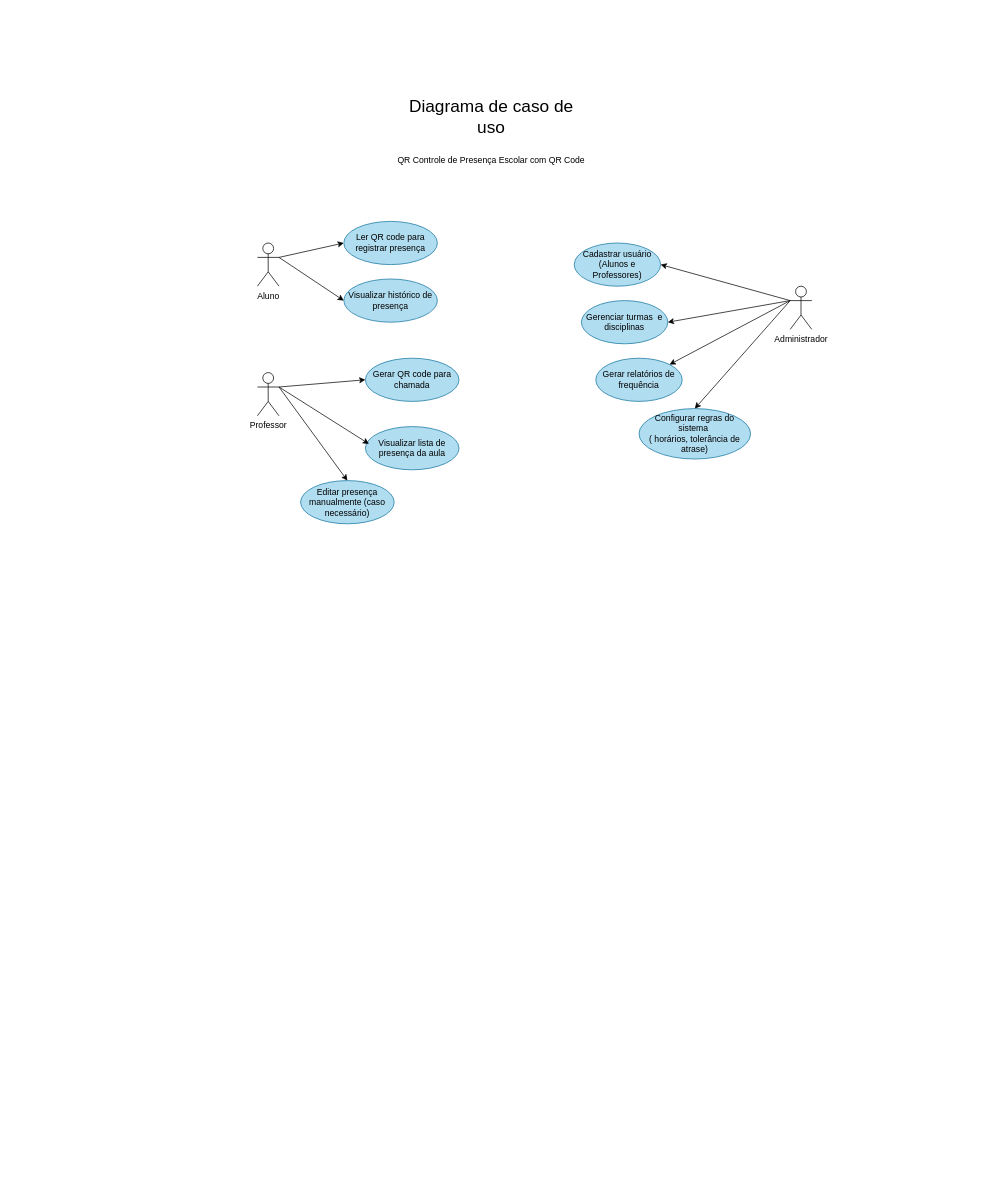
Earlier version of the draw.io diagram page "Página-19" (19 of 19) of Diagrama sem nome.drawio (jkkauany/diagramaderequisitos). Source tidied: cells renumbered, new cells numbered last; positions are measured from the earlier drawing's top-left corner, leaving out a move shared by most shapes. Both pictures are drawn from the tidied source at 72%, with x=0, y=0 at pixel (257, 106).
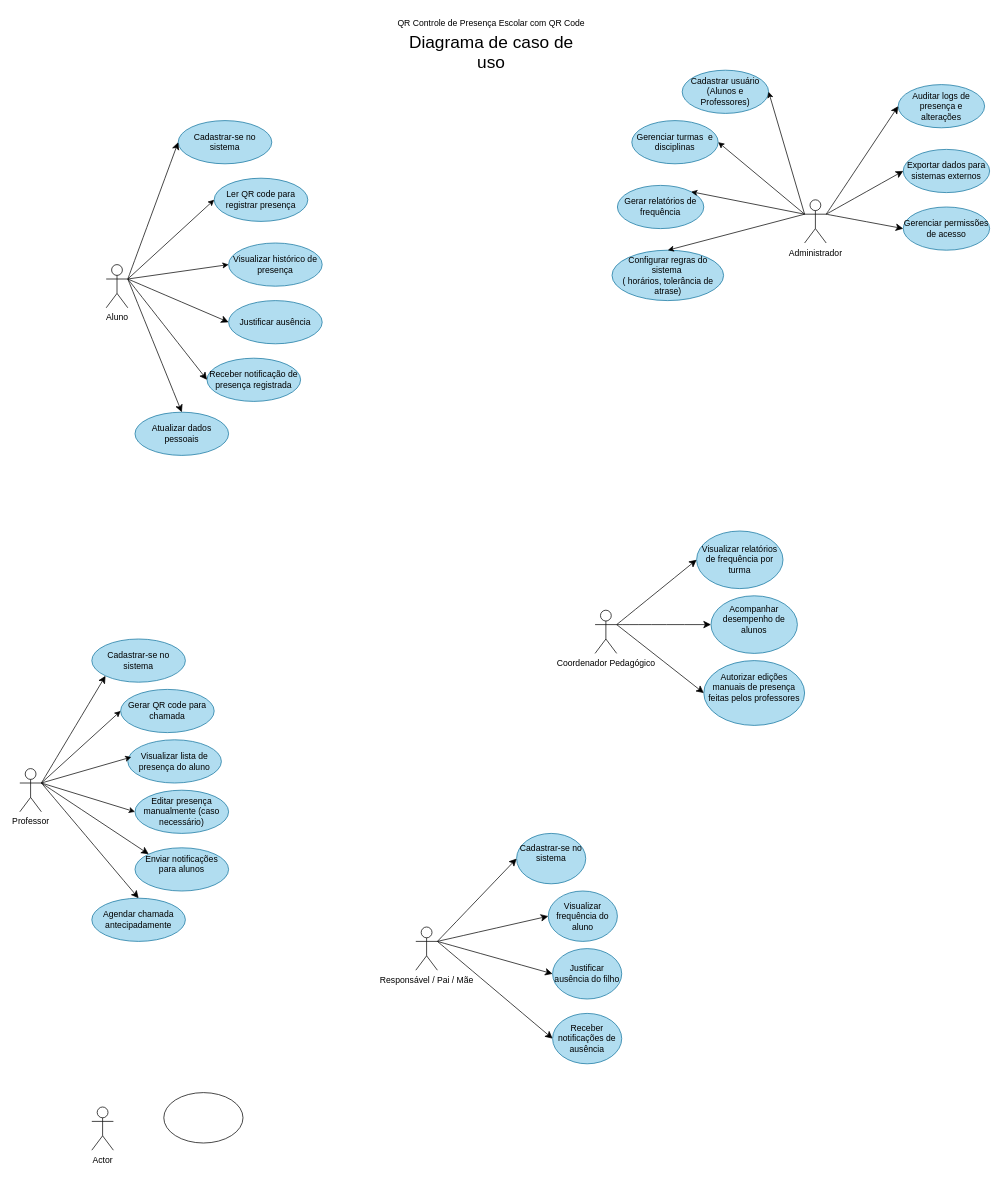
The same diagram, later.

Change to the diagram source:
```diff
@@
     <mxCell id="2" value="&lt;font style=&quot;font-size: 24px;&quot;&gt;Diagrama de caso de uso&lt;/font&gt;" style="text;html=1;align=center;verticalAlign=middle;whiteSpace=wrap;rounded=0;" parent="1" vertex="1">
-      <mxGeometry x="190" width="270" height="30" as="geometry" />
+      <mxGeometry x="190" y="-90" width="270" height="30" as="geometry" />
     </mxCell>
     <mxCell id="3" value="QR&amp;nbsp;Controle de Presença Escolar com QR Code" style="text;html=1;align=center;verticalAlign=middle;whiteSpace=wrap;rounded=0;" parent="1" vertex="1">
-      <mxGeometry x="175" y="60" width="300" height="30" as="geometry" />
+      <mxGeometry x="175" y="-130" width="300" height="30" as="geometry" />
     </mxCell>
     <mxCell id="4" value="Aluno" style="shape=umlActor;verticalLabelPosition=bottom;verticalAlign=top;html=1;outlineConnect=0;" parent="1" vertex="1">
-      <mxGeometry y="190" width="30" height="60" as="geometry" />
+      <mxGeometry x="-210" y="220" width="30" height="60" as="geometry" />
     </mxCell>
     <mxCell id="5" value="Professor" style="shape=umlActor;verticalLabelPosition=bottom;verticalAlign=top;html=1;outlineConnect=0;" parent="1" vertex="1">
-      <mxGeometry y="370" width="30" height="60" as="geometry" />
+      <mxGeometry x="-330" y="920" width="30" height="60" as="geometry" />
     </mxCell>
     <mxCell id="6" value="Administrador" style="shape=umlActor;verticalLabelPosition=bottom;verticalAlign=top;html=1;outlineConnect=0;" parent="1" vertex="1">
-      <mxGeometry x="740" y="250" width="30" height="60" as="geometry" />
+      <mxGeometry x="760" y="130" width="30" height="60" as="geometry" />
     </mxCell>
     <mxCell id="7" value="Ler QR code para registrar presença" style="ellipse;whiteSpace=wrap;html=1;fillColor=#b1ddf0;strokeColor=#10739e;" parent="1" vertex="1">
-      <mxGeometry x="120" y="160" width="130" height="60" as="geometry" />
+      <mxGeometry x="-60" y="100" width="130" height="60" as="geometry" />
     </mxCell>
     <mxCell id="8" value="Visualizar histórico de presença" style="ellipse;whiteSpace=wrap;html=1;fillColor=#b1ddf0;strokeColor=#10739e;" parent="1" vertex="1">
-      <mxGeometry x="120" y="240" width="130" height="60" as="geometry" />
+      <mxGeometry x="-40" y="190" width="130" height="60" as="geometry" />
     </mxCell>
     <mxCell id="9" value="Gerar QR code para chamada" style="ellipse;whiteSpace=wrap;html=1;fillColor=#b1ddf0;strokeColor=#10739e;" parent="1" vertex="1">
-      <mxGeometry x="150" y="350" width="130" height="60" as="geometry" />
+      <mxGeometry x="-190" y="810" width="130" height="60" as="geometry" />
     </mxCell>
-    <mxCell id="10" value="Visualizar lista de presença da aula" style="ellipse;whiteSpace=wrap;html=1;fillColor=#b1ddf0;strokeColor=#10739e;" parent="1" vertex="1">
-      <mxGeometry x="150" y="445" width="130" height="60" as="geometry" />
+    <mxCell id="10" value="Visualizar lista de presença do aluno" style="ellipse;whiteSpace=wrap;html=1;fillColor=#b1ddf0;strokeColor=#10739e;" parent="1" vertex="1">
+      <mxGeometry x="-180" y="880" width="130" height="60" as="geometry" />
     </mxCell>
     <mxCell id="11" value="Editar presença manualmente (caso necessário)" style="ellipse;whiteSpace=wrap;html=1;fillColor=#b1ddf0;strokeColor=#10739e;" parent="1" vertex="1">
-      <mxGeometry x="60" y="520" width="130" height="60" as="geometry" />
+      <mxGeometry x="-170" y="950" width="130" height="60" as="geometry" />
     </mxCell>
     <mxCell id="12" value="Cadastrar usuário&lt;div&gt;(Alunos e Professores)&lt;/div&gt;" style="ellipse;whiteSpace=wrap;html=1;fillColor=#b1ddf0;strokeColor=#10739e;" parent="1" vertex="1">
-      <mxGeometry x="440" y="190" width="120" height="60" as="geometry" />
+      <mxGeometry x="590" y="-50" width="120" height="60" as="geometry" />
     </mxCell>
     <mxCell id="13" value="Gerenciar turmas&amp;nbsp; e disciplinas" style="ellipse;whiteSpace=wrap;html=1;fillColor=#b1ddf0;strokeColor=#10739e;" parent="1" vertex="1">
-      <mxGeometry x="450" y="270" width="120" height="60" as="geometry" />
+      <mxGeometry x="520" y="20" width="120" height="60" as="geometry" />
     </mxCell>
     <mxCell id="14" value="Gerar relatórios de frequência" style="ellipse;whiteSpace=wrap;html=1;fillColor=#b1ddf0;strokeColor=#10739e;" parent="1" vertex="1">
-      <mxGeometry x="470" y="350" width="120" height="60" as="geometry" />
+      <mxGeometry x="500" y="110" width="120" height="60" as="geometry" />
     </mxCell>
     <mxCell id="15" value="Configurar regras do sistema&amp;nbsp;&lt;div&gt;( horários, tolerância de atrase)&lt;/div&gt;" style="ellipse;whiteSpace=wrap;html=1;fillColor=#b1ddf0;strokeColor=#10739e;" parent="1" vertex="1">
-      <mxGeometry x="530" y="420" width="155" height="70" as="geometry" />
+      <mxGeometry x="492.5" y="200" width="155" height="70" as="geometry" />
     </mxCell>
@@
-    <mxCell id="20" style="endArrow=classic;html=1;exitX=1;exitY=0.3333333333333333;exitDx=0;exitDy=0;exitPerimeter=0;entryX=0.5;entryY=0;entryDx=0;entryDy=0;" parent="1" edge="1" source="5" target="11">
+    <mxCell id="20" style="endArrow=classic;html=1;exitX=1;exitY=0.3333333333333333;exitDx=0;exitDy=0;exitPerimeter=0;entryX=0;entryY=0.5;entryDx=0;entryDy=0;" parent="1" edge="1" source="5" target="11">
       <mxGeometry relative="1" as="geometry" />
     </mxCell>
@@
+    <mxCell id="25" value="Cadastrar-se no sistema" style="ellipse;whiteSpace=wrap;html=1;fillColor=#b1ddf0;strokeColor=#10739e;" parent="1" vertex="1">
+      <mxGeometry x="-110" y="20" width="130" height="60" as="geometry" />
+    </mxCell>
+    <mxCell id="26" style="endArrow=classic;html=1;rounded=0;fontSize=12;startSize=8;endSize=8;curved=1;exitX=1;exitY=0.3333333333333333;exitDx=0;exitDy=0;exitPerimeter=0;entryX=0;entryY=0.5;entryDx=0;entryDy=0;" parent="1" edge="1" source="4" target="25">
+      <mxGeometry relative="1" as="geometry" />
+    </mxCell>
+    <mxCell id="27" value="Justificar ausência" style="ellipse;whiteSpace=wrap;html=1;fillColor=#b1ddf0;strokeColor=#10739e;" parent="1" vertex="1">
+      <mxGeometry x="-40" y="270" width="130" height="60" as="geometry" />
+    </mxCell>
+    <mxCell id="28" value="Receber notificação de presença registrada" style="ellipse;whiteSpace=wrap;html=1;fillColor=#b1ddf0;strokeColor=#10739e;" parent="1" vertex="1">
+      <mxGeometry x="-70" y="350" width="130" height="60" as="geometry" />
+    </mxCell>
+    <mxCell id="29" value="Atualizar dados pessoais" style="ellipse;whiteSpace=wrap;html=1;fillColor=#b1ddf0;strokeColor=#10739e;" parent="1" vertex="1">
+      <mxGeometry x="-170" y="425" width="130" height="60" as="geometry" />
+    </mxCell>
+    <mxCell id="30" style="endArrow=classic;html=1;rounded=0;fontSize=12;startSize=8;endSize=8;curved=1;exitX=1;exitY=0.3333333333333333;exitDx=0;exitDy=0;exitPerimeter=0;entryX=0;entryY=0.5;entryDx=0;entryDy=0;" parent="1" edge="1" source="4" target="27">
+      <mxGeometry relative="1" as="geometry" />
+    </mxCell>
+    <mxCell id="31" style="endArrow=classic;html=1;rounded=0;fontSize=12;startSize=8;endSize=8;curved=1;exitX=1;exitY=0.3333333333333333;exitDx=0;exitDy=0;exitPerimeter=0;entryX=0;entryY=0.5;entryDx=0;entryDy=0;" parent="1" edge="1" source="4" target="28">
+      <mxGeometry relative="1" as="geometry" />
+    </mxCell>
+    <mxCell id="32" style="endArrow=classic;html=1;rounded=0;fontSize=12;startSize=8;endSize=8;curved=1;exitX=1;exitY=0.3333333333333333;exitDx=0;exitDy=0;exitPerimeter=0;entryX=0.5;entryY=0;entryDx=0;entryDy=0;" parent="1" edge="1" source="4" target="29">
+      <mxGeometry relative="1" as="geometry" />
+    </mxCell>
+    <mxCell id="33" value="Gerenciar permissões de acesso" style="ellipse;whiteSpace=wrap;html=1;fillColor=#b1ddf0;strokeColor=#10739e;" parent="1" vertex="1">
+      <mxGeometry x="897" y="140" width="120" height="60" as="geometry" />
+    </mxCell>
+    <mxCell id="34" value="Auditar logs de presença e alterações" style="ellipse;whiteSpace=wrap;html=1;fillColor=#b1ddf0;strokeColor=#10739e;" parent="1" vertex="1">
+      <mxGeometry x="890" y="-30" width="120" height="60" as="geometry" />
+    </mxCell>
+    <mxCell id="35" value="Exportar dados para sistemas externos" style="ellipse;whiteSpace=wrap;html=1;fillColor=#b1ddf0;strokeColor=#10739e;" parent="1" vertex="1">
+      <mxGeometry x="897" y="60" width="120" height="60" as="geometry" />
+    </mxCell>
+    <mxCell id="36" style="endArrow=classic;html=1;rounded=0;fontSize=12;startSize=8;endSize=8;curved=1;exitX=1;exitY=0.3333333333333333;exitDx=0;exitDy=0;exitPerimeter=0;entryX=0;entryY=0.5;entryDx=0;entryDy=0;" parent="1" edge="1" source="6" target="34">
+      <mxGeometry relative="1" as="geometry" />
+    </mxCell>
+    <mxCell id="37" style="endArrow=classic;html=1;rounded=0;fontSize=12;startSize=8;endSize=8;curved=1;exitX=1;exitY=0.3333333333333333;exitDx=0;exitDy=0;exitPerimeter=0;entryX=0;entryY=0.5;entryDx=0;entryDy=0;" parent="1" edge="1" source="6" target="35">
+      <mxGeometry relative="1" as="geometry" />
+    </mxCell>
+    <mxCell id="38" style="endArrow=classic;html=1;rounded=0;fontSize=12;startSize=8;endSize=8;curved=1;entryX=0;entryY=0.5;entryDx=0;entryDy=0;" parent="1" edge="1" target="33">
+      <mxGeometry relative="1" as="geometry">
+        <mxPoint x="790" y="150" as="sourcePoint" />
+      </mxGeometry>
+    </mxCell>
+    <mxCell id="39" value="Cadastrar-se no sistema" style="ellipse;whiteSpace=wrap;html=1;fillColor=#b1ddf0;strokeColor=#10739e;" parent="1" vertex="1">
+      <mxGeometry x="-230" y="740" width="130" height="60" as="geometry" />
+    </mxCell>
+    <mxCell id="40" value="&lt;div&gt;Enviar notificações para alunos&lt;/div&gt;&lt;div&gt;&lt;br&gt;&lt;/div&gt;" style="ellipse;whiteSpace=wrap;html=1;fillColor=#b1ddf0;strokeColor=#10739e;" parent="1" vertex="1">
+      <mxGeometry x="-170" y="1030" width="130" height="60" as="geometry" />
+    </mxCell>
+    <mxCell id="41" value="&lt;div&gt;Agendar chamada antecipadamente&lt;/div&gt;" style="ellipse;whiteSpace=wrap;html=1;fillColor=#b1ddf0;strokeColor=#10739e;" parent="1" vertex="1">
+      <mxGeometry x="-230" y="1100" width="130" height="60" as="geometry" />
+    </mxCell>
+    <mxCell id="42" style="endArrow=classic;html=1;rounded=0;fontSize=12;startSize=8;endSize=8;curved=1;exitX=1;exitY=0.3333333333333333;exitDx=0;exitDy=0;exitPerimeter=0;entryX=0;entryY=1;entryDx=0;entryDy=0;" parent="1" edge="1" source="5" target="39">
+      <mxGeometry relative="1" as="geometry" />
+    </mxCell>
+    <mxCell id="43" style="endArrow=classic;html=1;rounded=0;fontSize=12;startSize=8;endSize=8;curved=1;exitX=1;exitY=0.3333333333333333;exitDx=0;exitDy=0;exitPerimeter=0;entryX=0;entryY=0;entryDx=0;entryDy=0;" parent="1" edge="1" source="5" target="40">
+      <mxGeometry relative="1" as="geometry" />
+    </mxCell>
+    <mxCell id="44" style="endArrow=classic;html=1;rounded=0;fontSize=12;startSize=8;endSize=8;curved=1;exitX=1;exitY=0.3333333333333333;exitDx=0;exitDy=0;exitPerimeter=0;entryX=0.5;entryY=0;entryDx=0;entryDy=0;" parent="1" edge="1" source="5" target="41">
+      <mxGeometry relative="1" as="geometry" />
+    </mxCell>
+    <mxCell id="45" value="Coordenador Pedagógico" style="shape=umlActor;verticalLabelPosition=bottom;verticalAlign=top;html=1;outlineConnect=0;" parent="1" vertex="1">
+      <mxGeometry x="469" y="700" width="30" height="60" as="geometry" />
+    </mxCell>
+    <mxCell id="46" value="Visualizar relatórios de frequência por turma" style="ellipse;whiteSpace=wrap;html=1;fillColor=#b1ddf0;strokeColor=#10739e;" parent="1" vertex="1">
+      <mxGeometry x="610" y="590" width="120" height="80" as="geometry" />
+    </mxCell>
+    <mxCell id="47" value="&lt;div&gt;Acompanhar desempenho de alunos&lt;/div&gt;&lt;div&gt;&lt;br&gt;&lt;/div&gt;" style="ellipse;whiteSpace=wrap;html=1;fillColor=#b1ddf0;strokeColor=#10739e;" parent="1" vertex="1">
+      <mxGeometry x="630" y="680" width="120" height="80" as="geometry" />
+    </mxCell>
+    <mxCell id="48" value="&lt;div&gt;Autorizar edições manuais de presença feitas pelos professores&lt;/div&gt;&lt;div&gt;&lt;br&gt;&lt;/div&gt;" style="ellipse;whiteSpace=wrap;html=1;fillColor=#b1ddf0;strokeColor=#10739e;" parent="1" vertex="1">
+      <mxGeometry x="620" y="770" width="140" height="90" as="geometry" />
+    </mxCell>
+    <mxCell id="49" style="endArrow=classic;html=1;rounded=0;fontSize=12;startSize=8;endSize=8;curved=1;exitX=1;exitY=0.3333333333333333;exitDx=0;exitDy=0;exitPerimeter=0;entryX=0;entryY=0.5;entryDx=0;entryDy=0;" parent="1" edge="1" source="45" target="46">
+      <mxGeometry relative="1" as="geometry" />
+    </mxCell>
+    <mxCell id="50" style="endArrow=classic;html=1;rounded=0;fontSize=12;startSize=8;endSize=8;curved=1;exitX=1;exitY=0.3333333333333333;exitDx=0;exitDy=0;exitPerimeter=0;entryX=0;entryY=0.5;entryDx=0;entryDy=0;" parent="1" edge="1" source="45" target="47">
+      <mxGeometry relative="1" as="geometry" />
+    </mxCell>
+    <mxCell id="51" style="endArrow=classic;html=1;rounded=0;fontSize=12;startSize=8;endSize=8;curved=1;exitX=1;exitY=0.3333333333333333;exitDx=0;exitDy=0;exitPerimeter=0;entryX=0;entryY=0.5;entryDx=0;entryDy=0;" parent="1" edge="1" source="45" target="48">
+      <mxGeometry relative="1" as="geometry" />
+    </mxCell>
+    <mxCell id="52" value="Responsável / Pai / Mãe" style="shape=umlActor;verticalLabelPosition=bottom;verticalAlign=top;html=1;outlineConnect=0;" parent="1" vertex="1">
+      <mxGeometry x="220" y="1140" width="30" height="60" as="geometry" />
+    </mxCell>
+    <mxCell id="53" value="&lt;div&gt;Cadastrar-se no sistema&lt;/div&gt;&lt;div&gt;&lt;br&gt;&lt;/div&gt;" style="ellipse;whiteSpace=wrap;html=1;fillColor=#b1ddf0;strokeColor=#10739e;" parent="1" vertex="1">
+      <mxGeometry x="360" y="1010" width="96" height="70" as="geometry" />
+    </mxCell>
+    <mxCell id="54" value="Visualizar frequência do aluno" style="ellipse;whiteSpace=wrap;html=1;fillColor=#b1ddf0;strokeColor=#10739e;" parent="1" vertex="1">
+      <mxGeometry x="404" y="1090" width="96" height="70" as="geometry" />
+    </mxCell>
+    <mxCell id="55" value="Justificar ausência do filho" style="ellipse;whiteSpace=wrap;html=1;fillColor=#b1ddf0;strokeColor=#10739e;" parent="1" vertex="1">
+      <mxGeometry x="410" y="1170" width="96" height="70" as="geometry" />
+    </mxCell>
+    <mxCell id="56" value="Receber notificações de ausência" style="ellipse;whiteSpace=wrap;html=1;fillColor=#b1ddf0;strokeColor=#10739e;" parent="1" vertex="1">
+      <mxGeometry x="410" y="1260" width="96" height="70" as="geometry" />
+    </mxCell>
+    <mxCell id="57" style="endArrow=classic;html=1;rounded=0;fontSize=12;startSize=8;endSize=8;curved=1;exitX=1;exitY=0.3333333333333333;exitDx=0;exitDy=0;exitPerimeter=0;entryX=0;entryY=0.5;entryDx=0;entryDy=0;" parent="1" edge="1" source="52" target="53">
+      <mxGeometry relative="1" as="geometry" />
+    </mxCell>
+    <mxCell id="58" style="endArrow=classic;html=1;rounded=0;fontSize=12;startSize=8;endSize=8;curved=1;exitX=1;exitY=0.3333333333333333;exitDx=0;exitDy=0;exitPerimeter=0;entryX=0;entryY=0.5;entryDx=0;entryDy=0;" parent="1" edge="1" source="52" target="54">
+      <mxGeometry relative="1" as="geometry" />
+    </mxCell>
+    <mxCell id="59" style="endArrow=classic;html=1;rounded=0;fontSize=12;startSize=8;endSize=8;curved=1;exitX=1;exitY=0.3333333333333333;exitDx=0;exitDy=0;exitPerimeter=0;entryX=0;entryY=0.5;entryDx=0;entryDy=0;" parent="1" edge="1" source="52" target="55">
+      <mxGeometry relative="1" as="geometry" />
+    </mxCell>
+    <mxCell id="60" style="endArrow=classic;html=1;rounded=0;fontSize=12;startSize=8;endSize=8;curved=1;exitX=1;exitY=0.3333333333333333;exitDx=0;exitDy=0;exitPerimeter=0;entryX=0;entryY=0.5;entryDx=0;entryDy=0;" parent="1" edge="1" source="52" target="56">
+      <mxGeometry relative="1" as="geometry" />
+    </mxCell>
+    <mxCell id="61" value="Actor" style="shape=umlActor;verticalLabelPosition=bottom;verticalAlign=top;html=1;" parent="1" vertex="1">
+      <mxGeometry x="-230" y="1390" width="30" height="60" as="geometry" />
+    </mxCell>
+    <mxCell id="62" style="ellipse;whiteSpace=wrap;html=1;" parent="1" vertex="1">
+      <mxGeometry x="-130" y="1370" width="110" height="70" as="geometry" />
+    </mxCell>
```
